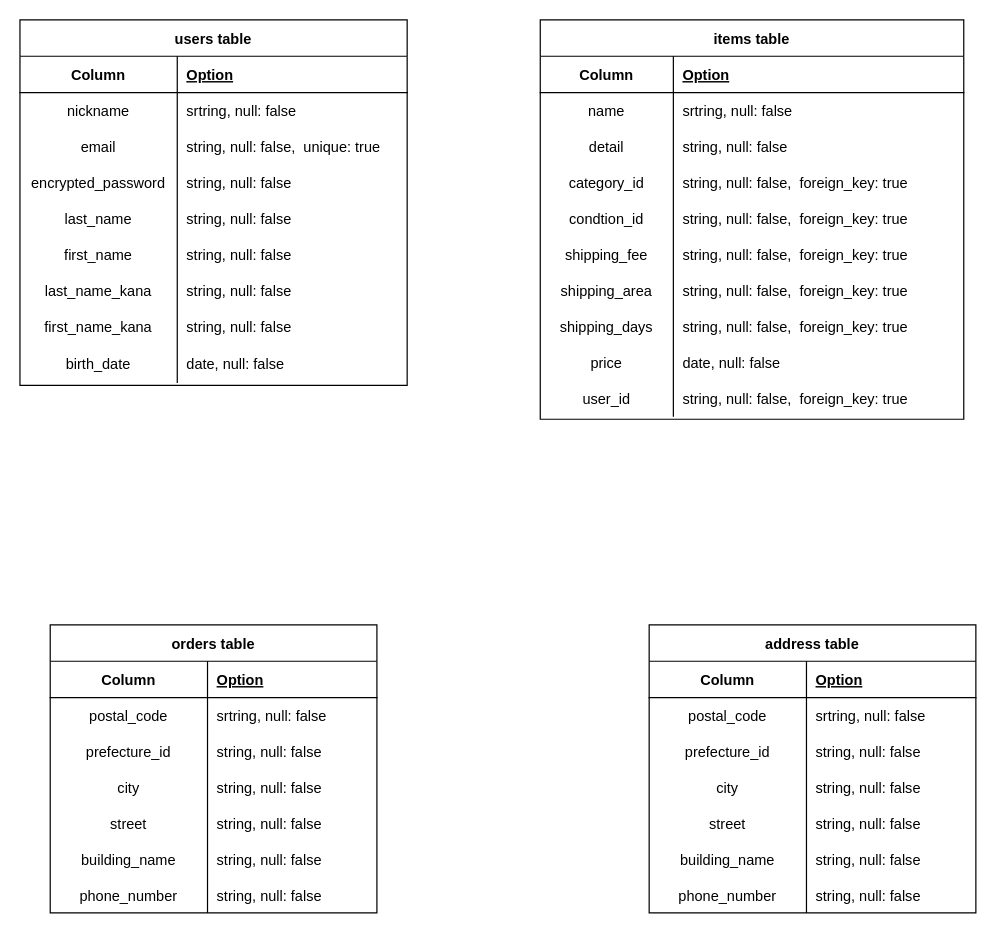
ralphasinas/furima-38552 keeps this draw.io diagram as test.dio. Above is the earlier version. Source tidied: cells renumbered, new cells numbered last; positions are measured from the earlier drawing's top-left corner, leaving out a move shared by most shapes. Both pictures are drawn from the tidied source at 121%, with x=0, y=0 at pixel (19, 19).
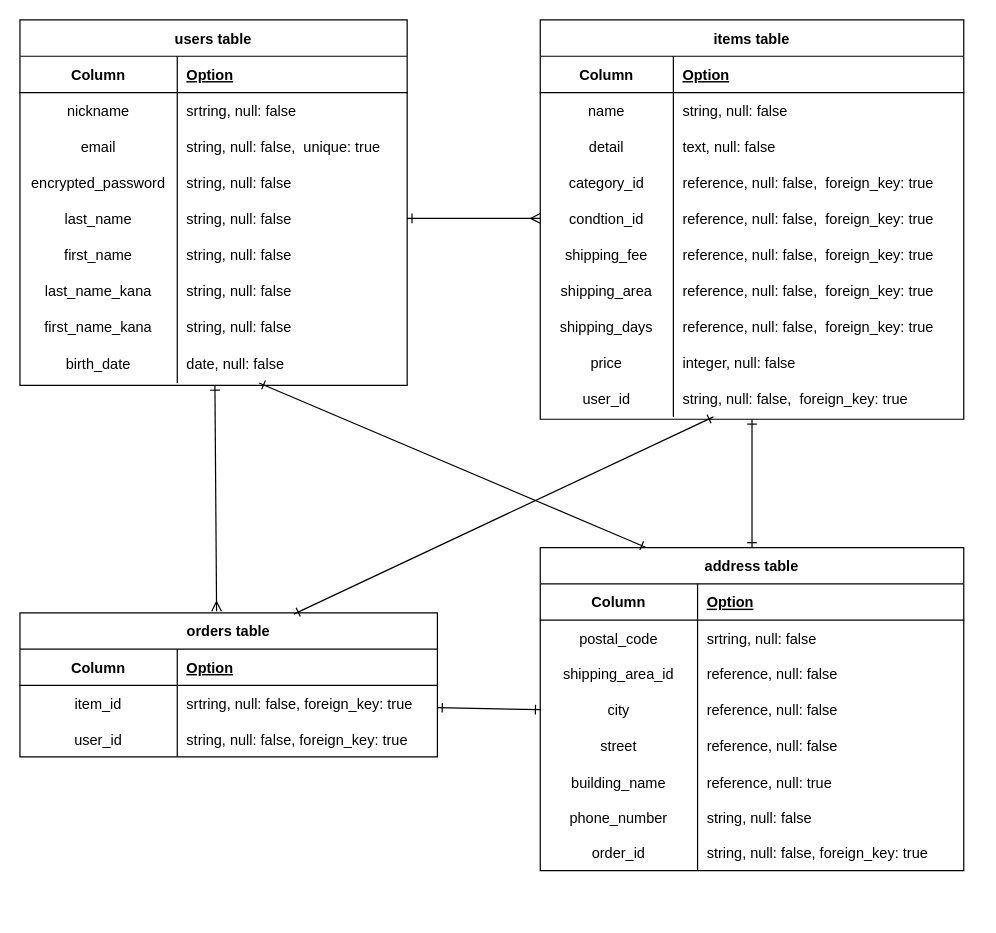
Above is the later version.

The change refers to these unchanged cells:
```xml
<mxCell id="2" value="users table" style="shape=table;startSize=30;childLayout=tableLayout;rowLines=0;fontStyle=1;align=center;" parent="1" vertex="1">
  <mxGeometry width="320" height="302" as="geometry" />
</mxCell>
<mxCell id="15" style="shape=tableRow;horizontal=0;startSize=0;swimlaneHead=0;swimlaneBody=0;fillColor=none;points=[[0,0.5],[1,0.5]];portConstraint=eastwest;top=0;left=0;right=0;bottom=0;" parent="2" vertex="1">
  <mxGeometry y="149" width="320" height="30" as="geometry" />
</mxCell>
<mxCell id="27" style="shape=tableRow;horizontal=0;startSize=0;swimlaneHead=0;swimlaneBody=0;fillColor=none;points=[[0,0.5],[1,0.5]];portConstraint=eastwest;top=0;left=0;right=0;bottom=0;" parent="2" vertex="1">
  <mxGeometry y="268" width="320" height="32" as="geometry" />
</mxCell>
<mxCell id="52" value="items table" style="shape=table;startSize=30;childLayout=tableLayout;rowLines=0;fontStyle=1;align=center;" parent="1" vertex="1">
  <mxGeometry x="430" width="350" height="330" as="geometry" />
</mxCell>
<mxCell id="56" style="shape=tableRow;horizontal=0;startSize=0;swimlaneHead=0;swimlaneBody=0;fillColor=none;top=0;left=0;right=0;bottom=0;" parent="52" vertex="1">
  <mxGeometry y="60" width="350" height="30" as="geometry" />
</mxCell>
<mxCell id="59" style="shape=tableRow;horizontal=0;startSize=0;swimlaneHead=0;swimlaneBody=0;fillColor=none;top=0;left=0;right=0;bottom=0;" parent="52" vertex="1">
  <mxGeometry y="90" width="350" height="29" as="geometry" />
</mxCell>
<mxCell id="62" style="shape=tableRow;horizontal=0;startSize=0;swimlaneHead=0;swimlaneBody=0;fillColor=none;top=0;left=0;right=0;bottom=0;" parent="52" vertex="1">
  <mxGeometry y="119" width="350" height="30" as="geometry" />
</mxCell>
<mxCell id="65" style="shape=tableRow;horizontal=0;startSize=0;swimlaneHead=0;swimlaneBody=0;fillColor=none;points=[[0,0.5],[1,0.5]];portConstraint=eastwest;top=0;left=0;right=0;bottom=0;" parent="52" vertex="1">
  <mxGeometry y="149" width="350" height="30" as="geometry" />
</mxCell>
<mxCell id="68" style="shape=tableRow;horizontal=0;startSize=0;swimlaneHead=0;swimlaneBody=0;fillColor=none;top=0;left=0;right=0;bottom=0;" parent="52" vertex="1">
  <mxGeometry y="179" width="350" height="30" as="geometry" />
</mxCell>
<mxCell id="71" style="shape=tableRow;horizontal=0;startSize=0;swimlaneHead=0;swimlaneBody=0;fillColor=none;top=0;left=0;right=0;bottom=0;" parent="52" vertex="1">
  <mxGeometry y="209" width="350" height="29" as="geometry" />
</mxCell>
<mxCell id="74" style="shape=tableRow;horizontal=0;startSize=0;swimlaneHead=0;swimlaneBody=0;fillColor=none;top=0;left=0;right=0;bottom=0;" parent="52" vertex="1">
  <mxGeometry y="238" width="350" height="30" as="geometry" />
</mxCell>
<mxCell id="77" style="shape=tableRow;horizontal=0;startSize=0;swimlaneHead=0;swimlaneBody=0;fillColor=none;top=0;left=0;right=0;bottom=0;" parent="52" vertex="1">
  <mxGeometry y="268" width="350" height="30" as="geometry" />
</mxCell>
<mxCell id="80" style="shape=tableRow;horizontal=0;startSize=0;swimlaneHead=0;swimlaneBody=0;fillColor=none;points=[[0,0.5],[1,0.5]];portConstraint=eastwest;top=0;left=0;right=0;bottom=0;" parent="52" vertex="1">
  <mxGeometry y="298" width="350" height="30" as="geometry" />
</mxCell>
```

What changed in the source:
```diff
@@
+    <mxCell id="105" style="edgeStyle=none;html=1;startArrow=ERone;startFill=0;endArrow=ERmany;endFill=0;entryX=0.471;entryY=-0.011;entryDx=0;entryDy=0;entryPerimeter=0;" parent="1" edge="1" source="2" target="30">
+      <mxGeometry relative="1" as="geometry" />
+    </mxCell>
@@
     <mxCell id="30" value="orders table" style="shape=table;startSize=30;childLayout=tableLayout;rowLines=0;fontStyle=1;align=center;" parent="1" vertex="1">
-      <mxGeometry x="25" y="500" width="270" height="238" as="geometry" />
+      <mxGeometry y="490" width="345" height="119" as="geometry" />
     </mxCell>
     <mxCell id="31" style="shape=tableRow;horizontal=0;startSize=0;swimlaneHead=0;swimlaneBody=0;fillColor=none;top=0;left=0;right=0;bottom=1;" parent="30" vertex="1">
-      <mxGeometry y="30" width="270" height="30" as="geometry" />
+      <mxGeometry y="30" width="345" height="30" as="geometry" />
     </mxCell>
@@
     <mxCell id="33" value="Option" style="shape=partialRectangle;fillColor=none;top=0;left=0;bottom=0;right=0;align=left;spacingLeft=6;fontStyle=5;overflow=hidden;" parent="31" vertex="1">
-      <mxGeometry x="130" width="140" height="30" as="geometry" />
+      <mxGeometry x="130" width="215" height="30" as="geometry" />
     </mxCell>
     <mxCell id="34" style="shape=tableRow;horizontal=0;startSize=0;swimlaneHead=0;swimlaneBody=0;fillColor=none;points=[[0,0.5],[1,0.5]];portConstraint=eastwest;top=0;left=0;right=0;bottom=0;" parent="30" vertex="1">
-      <mxGeometry y="60" width="270" height="30" as="geometry" />
+      <mxGeometry y="60" width="345" height="30" as="geometry" />
     </mxCell>
-    <mxCell id="35" value="postal_code" style="shape=partialRectangle;fillColor=none;top=0;left=0;bottom=0;right=0;overflow=hidden;" parent="34" vertex="1">
+    <mxCell id="35" value="item_id" style="shape=partialRectangle;fillColor=none;top=0;left=0;bottom=0;right=0;overflow=hidden;" parent="34" vertex="1">
       <mxGeometry width="130" height="30" as="geometry" />
     </mxCell>
-    <mxCell id="36" value="srtring, null: false" style="shape=partialRectangle;fillColor=none;top=0;left=0;bottom=0;right=0;align=left;spacingLeft=6;overflow=hidden;" parent="34" vertex="1">
-      <mxGeometry x="130" width="140" height="30" as="geometry" />
+    <mxCell id="36" value="srtring, null: false, foreign_key: true" style="shape=partialRectangle;fillColor=none;top=0;left=0;bottom=0;right=0;align=left;spacingLeft=6;overflow=hidden;" parent="34" vertex="1">
+      <mxGeometry x="130" width="215" height="30" as="geometry" />
     </mxCell>
     <mxCell id="37" style="shape=tableRow;horizontal=0;startSize=0;swimlaneHead=0;swimlaneBody=0;fillColor=none;top=0;left=0;right=0;bottom=0;" parent="30" vertex="1">
-      <mxGeometry y="90" width="270" height="29" as="geometry" />
+      <mxGeometry y="90" width="345" height="29" as="geometry" />
     </mxCell>
-    <mxCell id="38" value="prefecture_id" style="shape=partialRectangle;fillColor=none;top=0;left=0;bottom=0;right=0;overflow=hidden;" parent="37" vertex="1">
+    <mxCell id="38" value="user_id" style="shape=partialRectangle;fillColor=none;top=0;left=0;bottom=0;right=0;overflow=hidden;" parent="37" vertex="1">
       <mxGeometry width="130" height="29" as="geometry" />
     </mxCell>
-    <mxCell id="39" value="string, null: false" style="shape=partialRectangle;fillColor=none;top=0;left=0;bottom=0;right=0;align=left;spacingLeft=6;overflow=hidden;" parent="37" vertex="1">
-      <mxGeometry x="130" width="140" height="29" as="geometry" />
+    <mxCell id="39" value="string, null: false, foreign_key: true" style="shape=partialRectangle;fillColor=none;top=0;left=0;bottom=0;right=0;align=left;spacingLeft=6;overflow=hidden;" parent="37" vertex="1">
+      <mxGeometry x="130" width="215" height="29" as="geometry" />
     </mxCell>
-    <mxCell id="40" style="shape=tableRow;horizontal=0;startSize=0;swimlaneHead=0;swimlaneBody=0;fillColor=none;top=0;left=0;right=0;bottom=0;" parent="30" vertex="1">
-      <mxGeometry y="119" width="270" height="30" as="geometry" />
-    </mxCell>
-    <mxCell id="41" value="city" style="shape=partialRectangle;fillColor=none;top=0;left=0;bottom=0;right=0;overflow=hidden;" parent="40" vertex="1">
-      <mxGeometry width="130" height="30" as="geometry" />
-    </mxCell>
-    <mxCell id="42" value="string, null: false" style="shape=partialRectangle;fillColor=none;top=0;left=0;bottom=0;right=0;align=left;spacingLeft=6;overflow=hidden;" parent="40" vertex="1">
-      <mxGeometry x="130" width="140" height="30" as="geometry" />
-    </mxCell>
-    <mxCell id="43" style="shape=tableRow;horizontal=0;startSize=0;swimlaneHead=0;swimlaneBody=0;fillColor=none;top=0;left=0;right=0;bottom=0;" parent="30" vertex="1">
-      <mxGeometry y="149" width="270" height="30" as="geometry" />
-    </mxCell>
-    <mxCell id="44" value="street" style="shape=partialRectangle;fillColor=none;top=0;left=0;bottom=0;right=0;overflow=hidden;" parent="43" vertex="1">
-      <mxGeometry width="130" height="30" as="geometry" />
-    </mxCell>
-    <mxCell id="45" value="string, null: false" style="shape=partialRectangle;fillColor=none;top=0;left=0;bottom=0;right=0;align=left;spacingLeft=6;overflow=hidden;" parent="43" vertex="1">
-      <mxGeometry x="130" width="140" height="30" as="geometry" />
-    </mxCell>
-    <mxCell id="46" style="shape=tableRow;horizontal=0;startSize=0;swimlaneHead=0;swimlaneBody=0;fillColor=none;top=0;left=0;right=0;bottom=0;" parent="30" vertex="1">
-      <mxGeometry y="179" width="270" height="30" as="geometry" />
-    </mxCell>
-    <mxCell id="47" value="building_name" style="shape=partialRectangle;fillColor=none;top=0;left=0;bottom=0;right=0;overflow=hidden;" parent="46" vertex="1">
-      <mxGeometry width="130" height="30" as="geometry" />
-    </mxCell>
-    <mxCell id="48" value="string, null: false" style="shape=partialRectangle;fillColor=none;top=0;left=0;bottom=0;right=0;align=left;spacingLeft=6;overflow=hidden;" parent="46" vertex="1">
-      <mxGeometry x="130" width="140" height="30" as="geometry" />
-    </mxCell>
-    <mxCell id="49" style="shape=tableRow;horizontal=0;startSize=0;swimlaneHead=0;swimlaneBody=0;fillColor=none;top=0;left=0;right=0;bottom=0;" parent="30" vertex="1">
-      <mxGeometry y="209" width="270" height="29" as="geometry" />
-    </mxCell>
-    <mxCell id="50" value="phone_number" style="shape=partialRectangle;fillColor=none;top=0;left=0;bottom=0;right=0;overflow=hidden;" parent="49" vertex="1">
-      <mxGeometry width="130" height="29" as="geometry" />
-    </mxCell>
-    <mxCell id="51" value="string, null: false" style="shape=partialRectangle;fillColor=none;top=0;left=0;bottom=0;right=0;align=left;spacingLeft=6;overflow=hidden;" parent="49" vertex="1">
-      <mxGeometry x="130" width="140" height="29" as="geometry" />
-    </mxCell>
+    <mxCell id="106" style="edgeStyle=none;html=1;startArrow=ERone;startFill=0;endArrow=ERone;endFill=0;entryX=0.5;entryY=0;entryDx=0;entryDy=0;" parent="1" edge="1" source="52" target="83">
+      <mxGeometry relative="1" as="geometry" />
+    </mxCell>
@@
-    <mxCell id="58" value="srtring, null: false" style="shape=partialRectangle;fillColor=none;top=0;left=0;bottom=0;right=0;align=left;spacingLeft=6;overflow=hidden;" parent="56" vertex="1">
+    <mxCell id="58" value="string, null: false" style="shape=partialRectangle;fillColor=none;top=0;left=0;bottom=0;right=0;align=left;spacingLeft=6;overflow=hidden;" parent="56" vertex="1">
       <mxGeometry x="110" width="240" height="30" as="geometry" />
     </mxCell>
@@
-    <mxCell id="61" value="string, null: false" style="shape=partialRectangle;fillColor=none;top=0;left=0;bottom=0;right=0;align=left;spacingLeft=6;overflow=hidden;" parent="59" vertex="1">
+    <mxCell id="61" value="text, null: false" style="shape=partialRectangle;fillColor=none;top=0;left=0;bottom=0;right=0;align=left;spacingLeft=6;overflow=hidden;" parent="59" vertex="1">
       <mxGeometry x="110" width="240" height="29" as="geometry" />
     </mxCell>
@@
-    <mxCell id="64" value="string, null: false,  foreign_key: true" style="shape=partialRectangle;fillColor=none;top=0;left=0;bottom=0;right=0;align=left;spacingLeft=6;overflow=hidden;" parent="62" vertex="1">
+    <mxCell id="64" value="reference, null: false,  foreign_key: true" style="shape=partialRectangle;fillColor=none;top=0;left=0;bottom=0;right=0;align=left;spacingLeft=6;overflow=hidden;" parent="62" vertex="1">
       <mxGeometry x="110" width="240" height="30" as="geometry" />
     </mxCell>
@@
-    <mxCell id="67" value="string, null: false,  foreign_key: true" style="shape=partialRectangle;fillColor=none;top=0;left=0;bottom=0;right=0;align=left;spacingLeft=6;overflow=hidden;" parent="65" vertex="1">
+    <mxCell id="67" value="reference, null: false,  foreign_key: true" style="shape=partialRectangle;fillColor=none;top=0;left=0;bottom=0;right=0;align=left;spacingLeft=6;overflow=hidden;" parent="65" vertex="1">
       <mxGeometry x="110" width="240" height="30" as="geometry" />
     </mxCell>
@@
-    <mxCell id="70" value="string, null: false,  foreign_key: true" style="shape=partialRectangle;fillColor=none;top=0;left=0;bottom=0;right=0;align=left;spacingLeft=6;overflow=hidden;" parent="68" vertex="1">
+    <mxCell id="70" value="reference, null: false,  foreign_key: true" style="shape=partialRectangle;fillColor=none;top=0;left=0;bottom=0;right=0;align=left;spacingLeft=6;overflow=hidden;" parent="68" vertex="1">
       <mxGeometry x="110" width="240" height="30" as="geometry" />
     </mxCell>
@@
-    <mxCell id="73" value="string, null: false,  foreign_key: true" style="shape=partialRectangle;fillColor=none;top=0;left=0;bottom=0;right=0;align=left;spacingLeft=6;overflow=hidden;" parent="71" vertex="1">
+    <mxCell id="73" value="reference, null: false,  foreign_key: true" style="shape=partialRectangle;fillColor=none;top=0;left=0;bottom=0;right=0;align=left;spacingLeft=6;overflow=hidden;" parent="71" vertex="1">
       <mxGeometry x="110" width="240" height="29" as="geometry" />
     </mxCell>
@@
-    <mxCell id="76" value="string, null: false,  foreign_key: true" style="shape=partialRectangle;fillColor=none;top=0;left=0;bottom=0;right=0;align=left;spacingLeft=6;overflow=hidden;" parent="74" vertex="1">
+    <mxCell id="76" value="reference, null: false,  foreign_key: true" style="shape=partialRectangle;fillColor=none;top=0;left=0;bottom=0;right=0;align=left;spacingLeft=6;overflow=hidden;" parent="74" vertex="1">
       <mxGeometry x="110" width="240" height="30" as="geometry" />
     </mxCell>
@@
-    <mxCell id="79" value="date, null: false" style="shape=partialRectangle;fillColor=none;top=0;left=0;bottom=0;right=0;align=left;spacingLeft=6;overflow=hidden;" parent="77" vertex="1">
+    <mxCell id="79" value="integer, null: false" style="shape=partialRectangle;fillColor=none;top=0;left=0;bottom=0;right=0;align=left;spacingLeft=6;overflow=hidden;" parent="77" vertex="1">
       <mxGeometry x="110" width="240" height="30" as="geometry" />
     </mxCell>
@@
     <mxCell id="83" value="address table" style="shape=table;startSize=30;childLayout=tableLayout;rowLines=0;fontStyle=1;align=center;" parent="1" vertex="1">
-      <mxGeometry x="520" y="500" width="270" height="238" as="geometry" />
+      <mxGeometry x="430" y="436" width="350" height="267" as="geometry" />
     </mxCell>
     <mxCell id="84" style="shape=tableRow;horizontal=0;startSize=0;swimlaneHead=0;swimlaneBody=0;fillColor=none;top=0;left=0;right=0;bottom=1;" parent="83" vertex="1">
-      <mxGeometry y="30" width="270" height="30" as="geometry" />
+      <mxGeometry y="30" width="350" height="30" as="geometry" />
     </mxCell>
@@
     <mxCell id="86" value="Option" style="shape=partialRectangle;fillColor=none;top=0;left=0;bottom=0;right=0;align=left;spacingLeft=6;fontStyle=5;overflow=hidden;" parent="84" vertex="1">
-      <mxGeometry x="130" width="140" height="30" as="geometry" />
+      <mxGeometry x="130" width="220" height="30" as="geometry" />
     </mxCell>
     <mxCell id="87" style="shape=tableRow;horizontal=0;startSize=0;swimlaneHead=0;swimlaneBody=0;fillColor=none;top=0;left=0;right=0;bottom=0;" parent="83" vertex="1">
-      <mxGeometry y="60" width="270" height="30" as="geometry" />
+      <mxGeometry y="60" width="350" height="30" as="geometry" />
     </mxCell>
@@
     <mxCell id="89" value="srtring, null: false" style="shape=partialRectangle;fillColor=none;top=0;left=0;bottom=0;right=0;align=left;spacingLeft=6;overflow=hidden;" parent="87" vertex="1">
-      <mxGeometry x="130" width="140" height="30" as="geometry" />
+      <mxGeometry x="130" width="220" height="30" as="geometry" />
     </mxCell>
     <mxCell id="90" style="shape=tableRow;horizontal=0;startSize=0;swimlaneHead=0;swimlaneBody=0;fillColor=none;top=0;left=0;right=0;bottom=0;" parent="83" vertex="1">
-      <mxGeometry y="90" width="270" height="29" as="geometry" />
+      <mxGeometry y="90" width="350" height="29" as="geometry" />
     </mxCell>
-    <mxCell id="91" value="prefecture_id" style="shape=partialRectangle;fillColor=none;top=0;left=0;bottom=0;right=0;overflow=hidden;" parent="90" vertex="1">
+    <mxCell id="91" value="shipping_area_id" style="shape=partialRectangle;fillColor=none;top=0;left=0;bottom=0;right=0;overflow=hidden;" parent="90" vertex="1">
       <mxGeometry width="130" height="29" as="geometry" />
     </mxCell>
-    <mxCell id="92" value="string, null: false" style="shape=partialRectangle;fillColor=none;top=0;left=0;bottom=0;right=0;align=left;spacingLeft=6;overflow=hidden;" parent="90" vertex="1">
-      <mxGeometry x="130" width="140" height="29" as="geometry" />
+    <mxCell id="92" value="reference, null: false" style="shape=partialRectangle;fillColor=none;top=0;left=0;bottom=0;right=0;align=left;spacingLeft=6;overflow=hidden;" parent="90" vertex="1">
+      <mxGeometry x="130" width="220" height="29" as="geometry" />
     </mxCell>
     <mxCell id="93" style="shape=tableRow;horizontal=0;startSize=0;swimlaneHead=0;swimlaneBody=0;fillColor=none;points=[[0,0.5],[1,0.5]];portConstraint=eastwest;top=0;left=0;right=0;bottom=0;" parent="83" vertex="1">
-      <mxGeometry y="119" width="270" height="30" as="geometry" />
+      <mxGeometry y="119" width="350" height="30" as="geometry" />
     </mxCell>
@@
-    <mxCell id="95" value="string, null: false" style="shape=partialRectangle;fillColor=none;top=0;left=0;bottom=0;right=0;align=left;spacingLeft=6;overflow=hidden;" parent="93" vertex="1">
-      <mxGeometry x="130" width="140" height="30" as="geometry" />
+    <mxCell id="95" value="reference, null: false" style="shape=partialRectangle;fillColor=none;top=0;left=0;bottom=0;right=0;align=left;spacingLeft=6;overflow=hidden;" parent="93" vertex="1">
+      <mxGeometry x="130" width="220" height="30" as="geometry" />
     </mxCell>
     <mxCell id="96" style="shape=tableRow;horizontal=0;startSize=0;swimlaneHead=0;swimlaneBody=0;fillColor=none;top=0;left=0;right=0;bottom=0;" parent="83" vertex="1">
-      <mxGeometry y="149" width="270" height="30" as="geometry" />
+      <mxGeometry y="149" width="350" height="30" as="geometry" />
     </mxCell>
@@
-    <mxCell id="98" value="string, null: false" style="shape=partialRectangle;fillColor=none;top=0;left=0;bottom=0;right=0;align=left;spacingLeft=6;overflow=hidden;" parent="96" vertex="1">
-      <mxGeometry x="130" width="140" height="30" as="geometry" />
+    <mxCell id="98" value="reference, null: false" style="shape=partialRectangle;fillColor=none;top=0;left=0;bottom=0;right=0;align=left;spacingLeft=6;overflow=hidden;" parent="96" vertex="1">
+      <mxGeometry x="130" width="220" height="30" as="geometry" />
     </mxCell>
     <mxCell id="99" style="shape=tableRow;horizontal=0;startSize=0;swimlaneHead=0;swimlaneBody=0;fillColor=none;top=0;left=0;right=0;bottom=0;" parent="83" vertex="1">
-      <mxGeometry y="179" width="270" height="30" as="geometry" />
+      <mxGeometry y="179" width="350" height="30" as="geometry" />
     </mxCell>
@@
-    <mxCell id="101" value="string, null: false" style="shape=partialRectangle;fillColor=none;top=0;left=0;bottom=0;right=0;align=left;spacingLeft=6;overflow=hidden;" parent="99" vertex="1">
-      <mxGeometry x="130" width="140" height="30" as="geometry" />
+    <mxCell id="101" value="reference, null: true" style="shape=partialRectangle;fillColor=none;top=0;left=0;bottom=0;right=0;align=left;spacingLeft=6;overflow=hidden;" parent="99" vertex="1">
+      <mxGeometry x="130" width="220" height="30" as="geometry" />
     </mxCell>
     <mxCell id="102" style="shape=tableRow;horizontal=0;startSize=0;swimlaneHead=0;swimlaneBody=0;fillColor=none;top=0;left=0;right=0;bottom=0;" parent="83" vertex="1">
-      <mxGeometry y="209" width="270" height="29" as="geometry" />
+      <mxGeometry y="209" width="350" height="29" as="geometry" />
     </mxCell>
@@
     <mxCell id="104" value="string, null: false" style="shape=partialRectangle;fillColor=none;top=0;left=0;bottom=0;right=0;align=left;spacingLeft=6;overflow=hidden;" parent="102" vertex="1">
-      <mxGeometry x="130" width="140" height="29" as="geometry" />
+      <mxGeometry x="130" width="220" height="29" as="geometry" />
     </mxCell>
+    <mxCell id="107" style="shape=tableRow;horizontal=0;startSize=0;swimlaneHead=0;swimlaneBody=0;fillColor=none;top=0;left=0;right=0;bottom=0;" parent="83" vertex="1">
+      <mxGeometry y="238" width="350" height="29" as="geometry" />
+    </mxCell>
+    <mxCell id="108" value="order_id" style="shape=partialRectangle;fillColor=none;top=0;left=0;bottom=0;right=0;overflow=hidden;" parent="107" vertex="1">
+      <mxGeometry width="130" height="29" as="geometry" />
+    </mxCell>
+    <mxCell id="109" value="string, null: false, foreign_key: true" style="shape=partialRectangle;fillColor=none;top=0;left=0;bottom=0;right=0;align=left;spacingLeft=6;overflow=hidden;" parent="107" vertex="1">
+      <mxGeometry x="130" width="220" height="29" as="geometry" />
+    </mxCell>
+    <mxCell id="110" style="edgeStyle=none;html=1;entryX=0;entryY=0.5;entryDx=0;entryDy=0;endArrow=ERmany;endFill=0;startArrow=ERone;startFill=0;" parent="1" edge="1" source="15" target="65">
+      <mxGeometry relative="1" as="geometry" />
+    </mxCell>
+    <mxCell id="111" style="edgeStyle=none;html=1;startArrow=ERone;startFill=0;endArrow=ERone;endFill=0;entryX=0.656;entryY=0.009;entryDx=0;entryDy=0;entryPerimeter=0;" parent="1" edge="1" source="80" target="30">
+      <mxGeometry relative="1" as="geometry" />
+    </mxCell>
+    <mxCell id="112" style="edgeStyle=none;html=1;entryX=0;entryY=0.5;entryDx=0;entryDy=0;startArrow=ERone;startFill=0;endArrow=ERone;endFill=0;" parent="1" edge="1" source="34" target="93">
+      <mxGeometry relative="1" as="geometry" />
+    </mxCell>
+    <mxCell id="113" style="edgeStyle=none;html=1;entryX=0.25;entryY=0;entryDx=0;entryDy=0;startArrow=ERone;startFill=0;endArrow=ERone;endFill=0;" parent="1" edge="1" source="27" target="83">
+      <mxGeometry relative="1" as="geometry" />
+    </mxCell>
```
